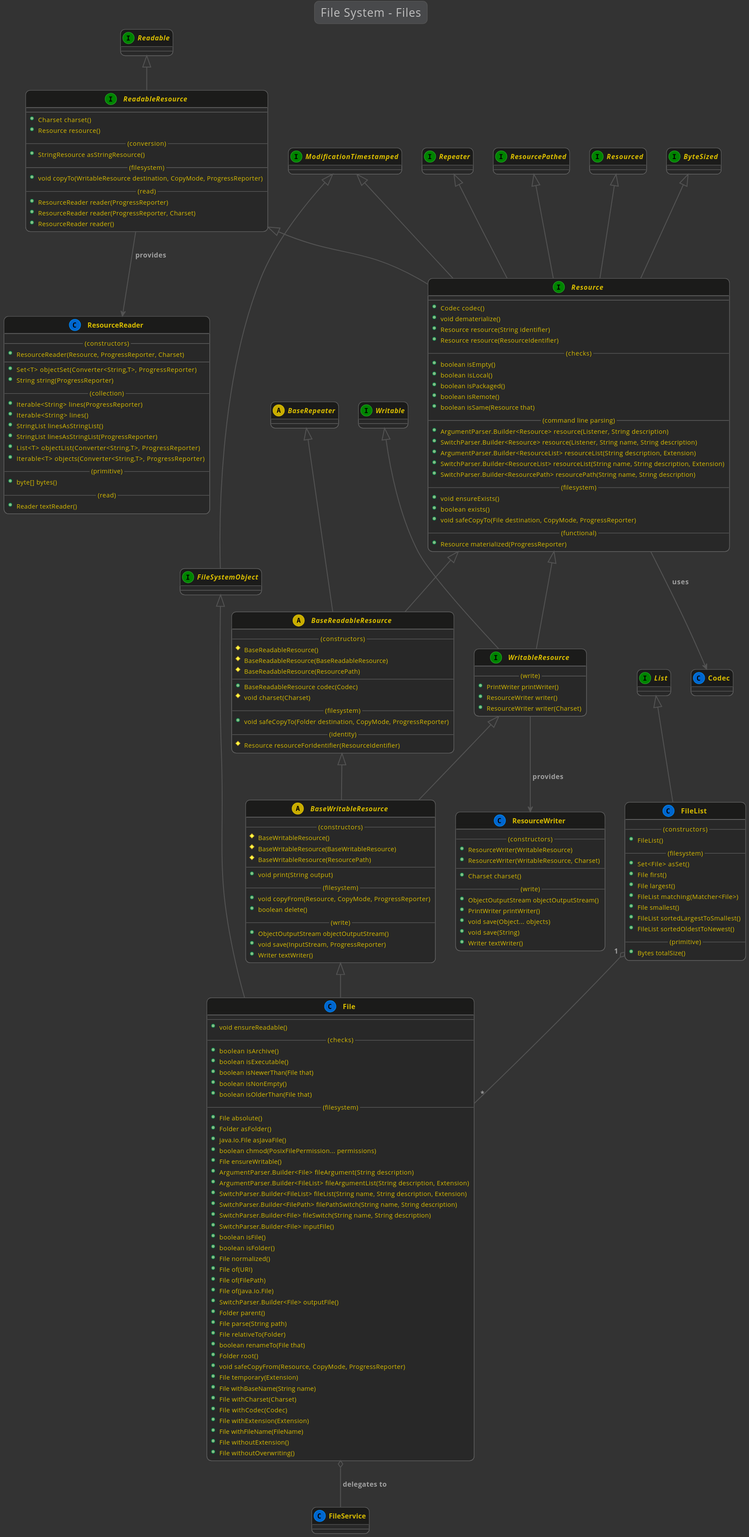
Before: kivakit-core/resource/documentation/diagrams/diagram-file-system-file.svg, a diagram exported from PlantUML (Telenav/kivakit).
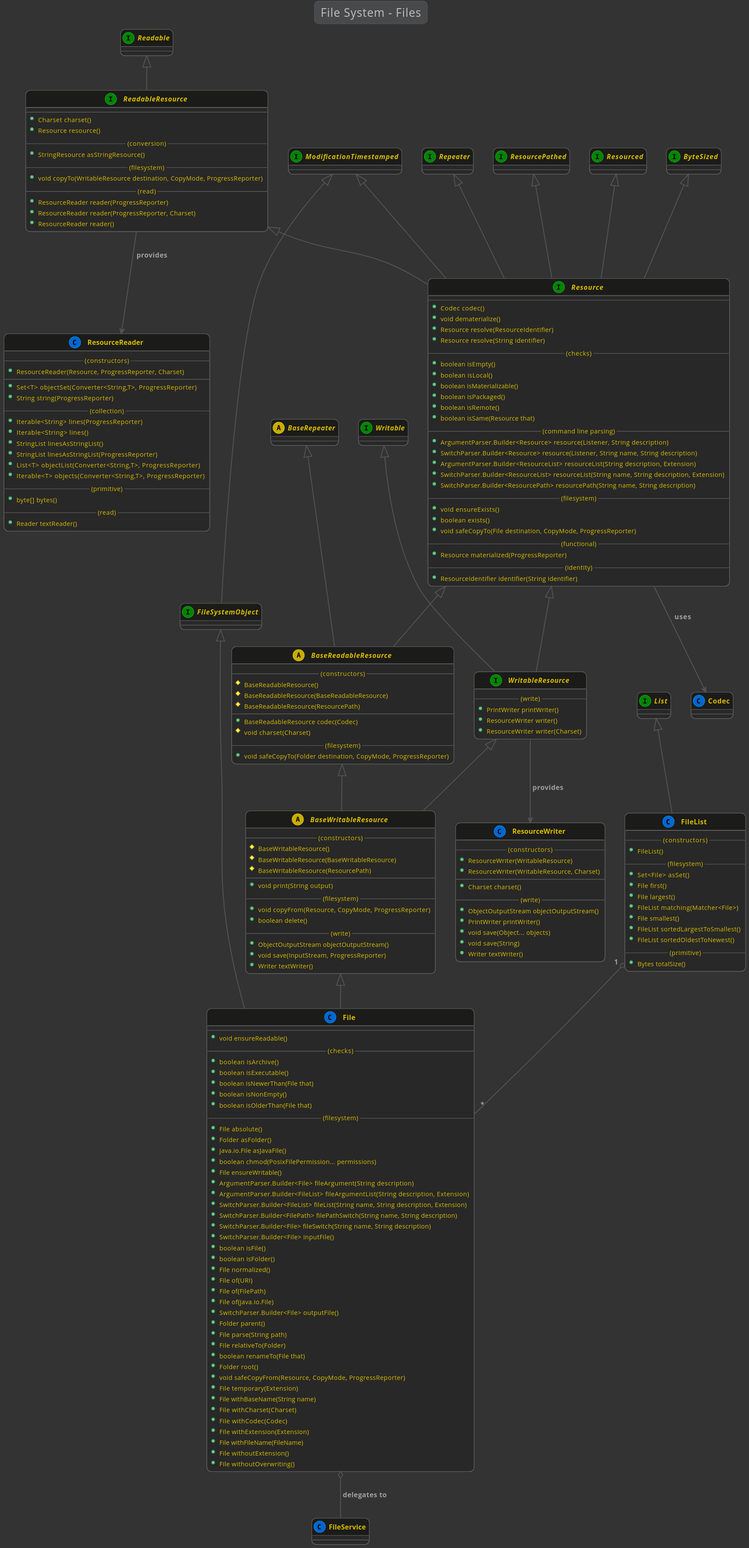
The same file after the commit.

The edit, as a diff of the source:
```diff
@@ -26,8 +26,6 @@
         #void charset(Charset)
         --(filesystem)--
         +void safeCopyTo(Folder destination, CopyMode, ProgressReporter)
-        --(identity)--
-        #Resource resourceForIdentifier(ResourceIdentifier)
     }
 
     BaseReadableResource <|-- BaseWritableResource
@@ -157,11 +155,12 @@
         --
         +Codec codec()
         +void dematerialize()
-        +Resource resource(String identifier)
-        +Resource resource(ResourceIdentifier)
+        +Resource resolve(ResourceIdentifier)
+        +Resource resolve(String identifier)
         --(checks)--
         +boolean isEmpty()
         +boolean isLocal()
+        +boolean isMaterializable()
         +boolean isPackaged()
         +boolean isRemote()
         +boolean isSame(Resource that)
@@ -177,6 +176,8 @@
         +void safeCopyTo(File destination, CopyMode, ProgressReporter)
         --(functional)--
         +Resource materialized(ProgressReporter)
+        --(identity)--
+        +ResourceIdentifier identifier(String identifier)
     }
 
     class ResourceReader
```
